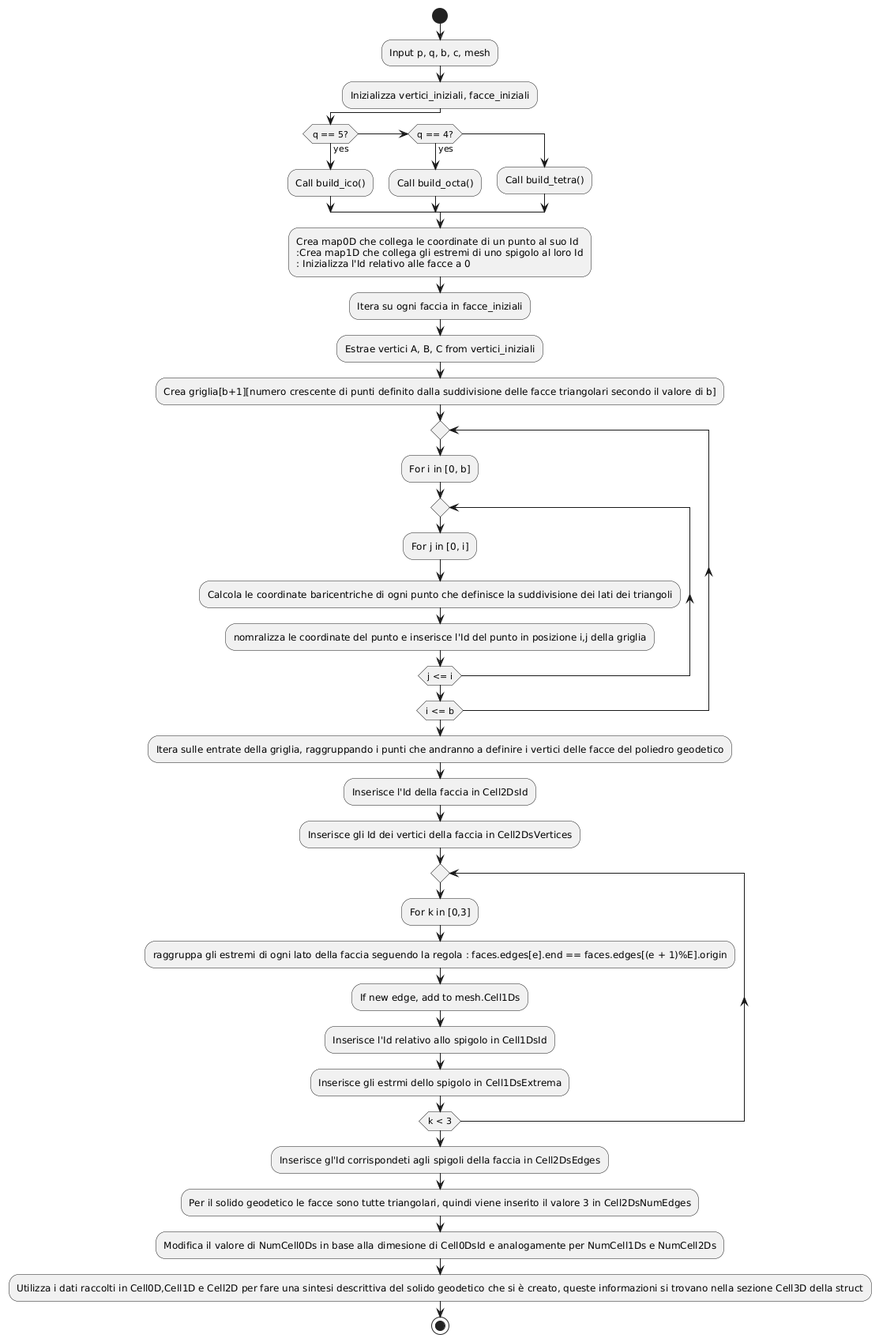
Before: UML/build_1/Build_solido_classe_1.png, a diagram exported from PlantUML (Mariarosa289/ProgettoPCS2025). Source of this version:
```plantuml
@startuml
start

:Input p, q, b, c, mesh;
:Inizializza vertici_iniziali, facce_iniziali;

if (q == 5?) then (yes)
  :Call build_ico();
elseif (q == 4?) then (yes)
  :Call build_octa();
else
  :Call build_tetra();
endif

:Crea map0D che collega le coordinate di un punto al suo Id
:Crea map1D che collega gli estremi di uno spigolo al loro Id
: Inizializza l'Id relativo alle facce a 0;

:Itera su ogni faccia in facce_iniziali;

:Estrae vertici A, B, C from vertici_iniziali;

:Crea griglia[b+1][numero crescente di punti definito dalla suddivisione delle facce triangolari secondo il valore di b];

repeat
  :For i in [0, b];
  repeat
    :For j in [0, i];
    :Calcola le coordinate baricentriche di ogni punto che definisce la suddivisione dei lati dei triangoli;
    :nomralizza le coordinate del punto e inserisce l'Id del punto in posizione i,j della griglia;
  repeat while (j <= i)
repeat while (i <= b)
:Itera sulle entrate della griglia, raggruppando i punti che andranno a definire i vertici delle facce del poliedro geodetico;
:Inserisce l'Id della faccia in Cell2DsId;
:Inserisce gli Id dei vertici della faccia in Cell2DsVertices;
repeat
    :For k in [0,3];
       :raggruppa gli estremi di ogni lato della faccia seguendo la regola : faces.edges[e].end == faces.edges[(e + 1)%E].origin;
       :If new edge, add to mesh.Cell1Ds;
       :Inserisce l'Id relativo allo spigolo in Cell1DsId;
       :Inserisce gli estrmi dello spigolo in Cell1DsExtrema;
       repeat while (k < 3)
   :Inserisce gl'Id corrispondeti agli spigoli della faccia in Cell2DsEdges;
   :Per il solido geodetico le facce sono tutte triangolari, quindi viene inserito il valore 3 in Cell2DsNumEdges;

:Modifica il valore di NumCell0Ds in base alla dimesione di Cell0DsId e analogamente per NumCell1Ds e NumCell2Ds;

:Utilizza i dati raccolti in Cell0D,Cell1D e Cell2D per fare una sintesi descrittiva del solido geodetico che si è creato, queste informazioni si trovano nella sezione Cell3D della struct;

stop
@enduml
```
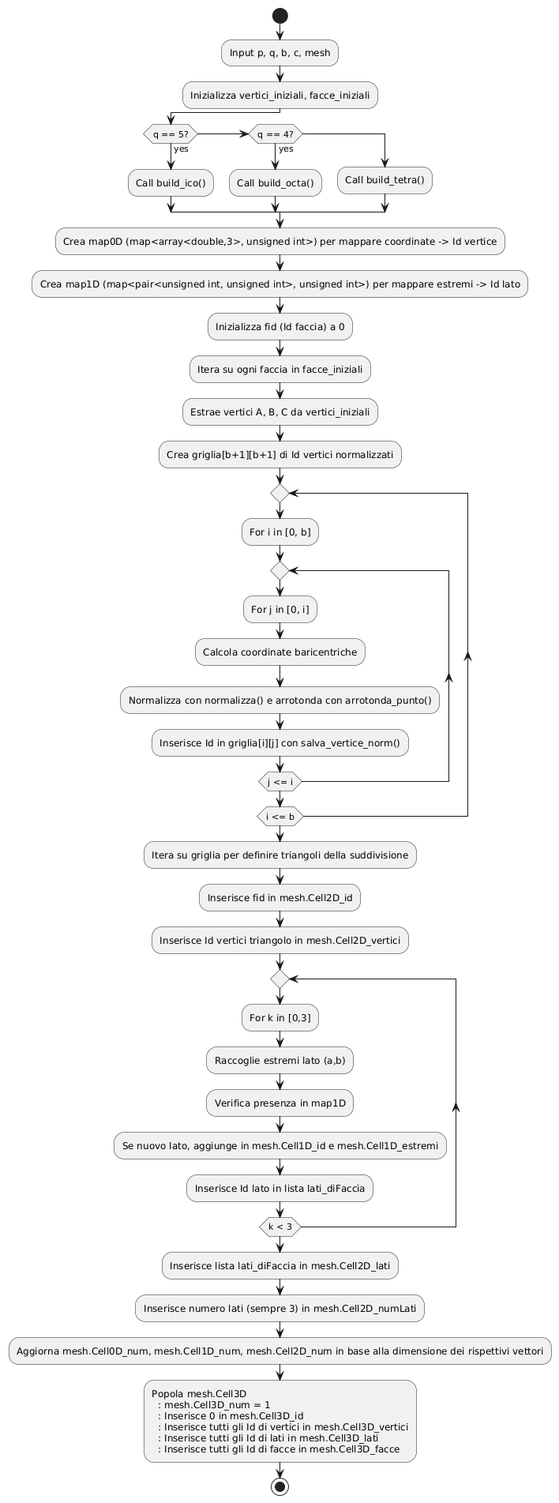
The same file after the commit.

Diff of the diagram source:
```diff
@@ -12,40 +12,48 @@
   :Call build_tetra();
 endif
 
-:Crea map0D che collega le coordinate di un punto al suo Id
-:Crea map1D che collega gli estremi di uno spigolo al loro Id
-: Inizializza l'Id relativo alle facce a 0;
+:Crea map0D (map<array<double,3>, unsigned int>) per mappare coordinate -> Id vertice;
+:Crea map1D (map<pair<unsigned int, unsigned int>, unsigned int>) per mappare estremi -> Id lato;
+:Inizializza fid (Id faccia) a 0;
 
 :Itera su ogni faccia in facce_iniziali;
 
-:Estrae vertici A, B, C from vertici_iniziali;
+:Estrae vertici A, B, C da vertici_iniziali;
 
-:Crea griglia[b+1][numero crescente di punti definito dalla suddivisione delle facce triangolari secondo il valore di b];
+:Crea griglia[b+1][b+1] di Id vertici normalizzati;
 
 repeat
   :For i in [0, b];
   repeat
     :For j in [0, i];
-    :Calcola le coordinate baricentriche di ogni punto che definisce la suddivisione dei lati dei triangoli;
-    :nomralizza le coordinate del punto e inserisce l'Id del punto in posizione i,j della griglia;
+    :Calcola coordinate baricentriche;
+    :Normalizza con normalizza() e arrotonda con arrotonda_punto();
+    :Inserisce Id in griglia[i][j] con salva_vertice_norm();
   repeat while (j <= i)
 repeat while (i <= b)
-:Itera sulle entrate della griglia, raggruppando i punti che andranno a definire i vertici delle facce del poliedro geodetico;
-:Inserisce l'Id della faccia in Cell2DsId;
-:Inserisce gli Id dei vertici della faccia in Cell2DsVertices;
+
+:Itera su griglia per definire triangoli della suddivisione;
+:Inserisce fid in mesh.Cell2D_id;
+:Inserisce Id vertici triangolo in mesh.Cell2D_vertici;
+
 repeat
     :For k in [0,3];
-       :raggruppa gli estremi di ogni lato della faccia seguendo la regola : faces.edges[e].end == faces.edges[(e + 1)%E].origin;
-       :If new edge, add to mesh.Cell1Ds;
-       :Inserisce l'Id relativo allo spigolo in Cell1DsId;
-       :Inserisce gli estrmi dello spigolo in Cell1DsExtrema;
+       :Raccoglie estremi lato (a,b);
+       :Verifica presenza in map1D;
+       :Se nuovo lato, aggiunge in mesh.Cell1D_id e mesh.Cell1D_estremi;
+       :Inserisce Id lato in lista lati_diFaccia;
        repeat while (k < 3)
-   :Inserisce gl'Id corrispondeti agli spigoli della faccia in Cell2DsEdges;
-   :Per il solido geodetico le facce sono tutte triangolari, quindi viene inserito il valore 3 in Cell2DsNumEdges;
+   :Inserisce lista lati_diFaccia in mesh.Cell2D_lati;
+   :Inserisce numero lati (sempre 3) in mesh.Cell2D_numLati;
 
-:Modifica il valore di NumCell0Ds in base alla dimesione di Cell0DsId e analogamente per NumCell1Ds e NumCell2Ds;
+:Aggiorna mesh.Cell0D_num, mesh.Cell1D_num, mesh.Cell2D_num in base alla dimensione dei rispettivi vettori;
 
-:Utilizza i dati raccolti in Cell0D,Cell1D e Cell2D per fare una sintesi descrittiva del solido geodetico che si è creato, queste informazioni si trovano nella sezione Cell3D della struct;
+:Popola mesh.Cell3D
+  : mesh.Cell3D_num = 1
+  : Inserisce 0 in mesh.Cell3D_id
+  : Inserisce tutti gli Id di vertici in mesh.Cell3D_vertici
+  : Inserisce tutti gli Id di lati in mesh.Cell3D_lati
+  : Inserisce tutti gli Id di facce in mesh.Cell3D_facce;
 
 stop
 @enduml
```
